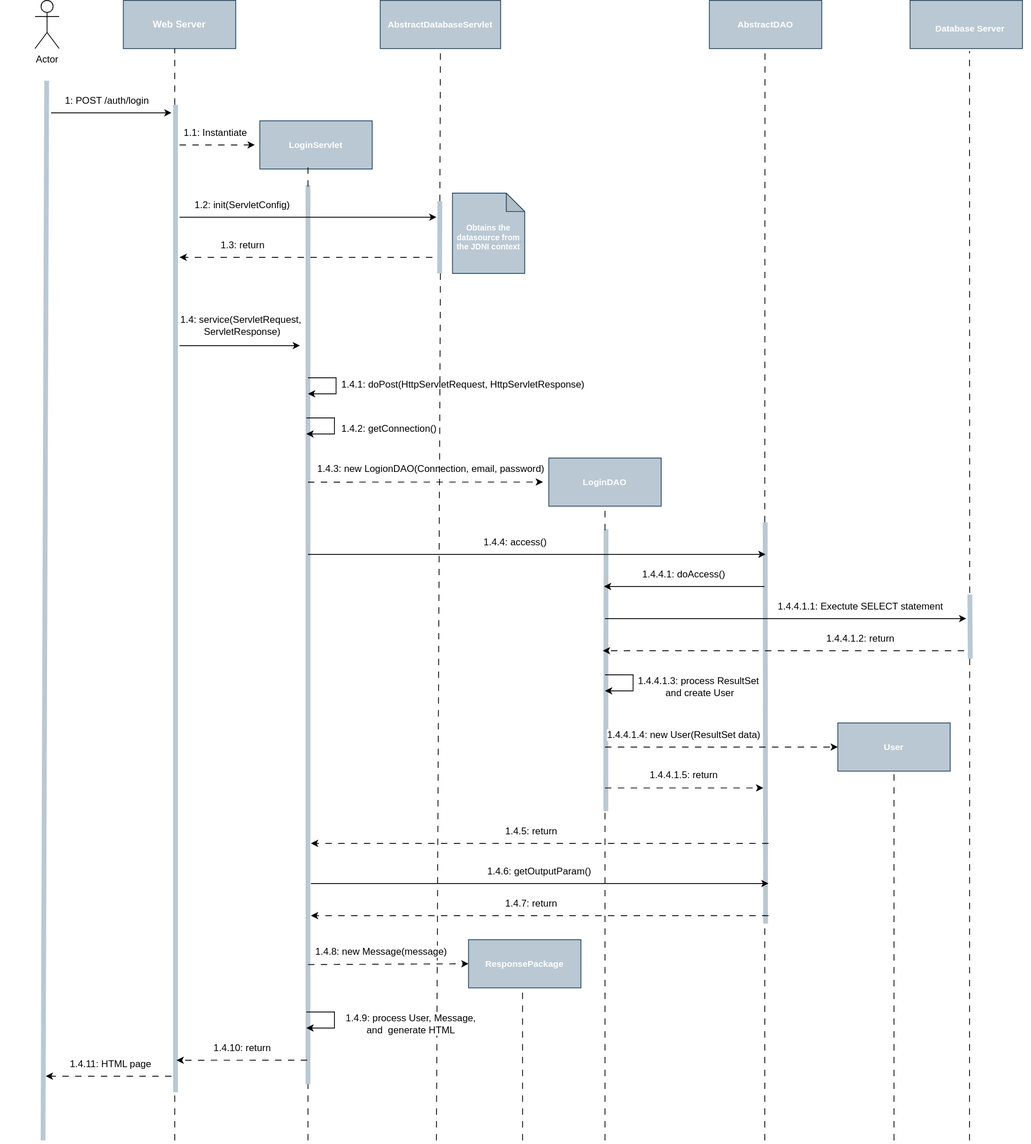
popovic01/AwesomeTournament keeps this draw.io diagram as docs/diagrams/sequence_diagram_login.svg. Above is the earlier version. Source tidied: cells renumbered, new cells last; positions are measured from the earlier drawing's top-left corner, leaving out a move shared by most shapes.
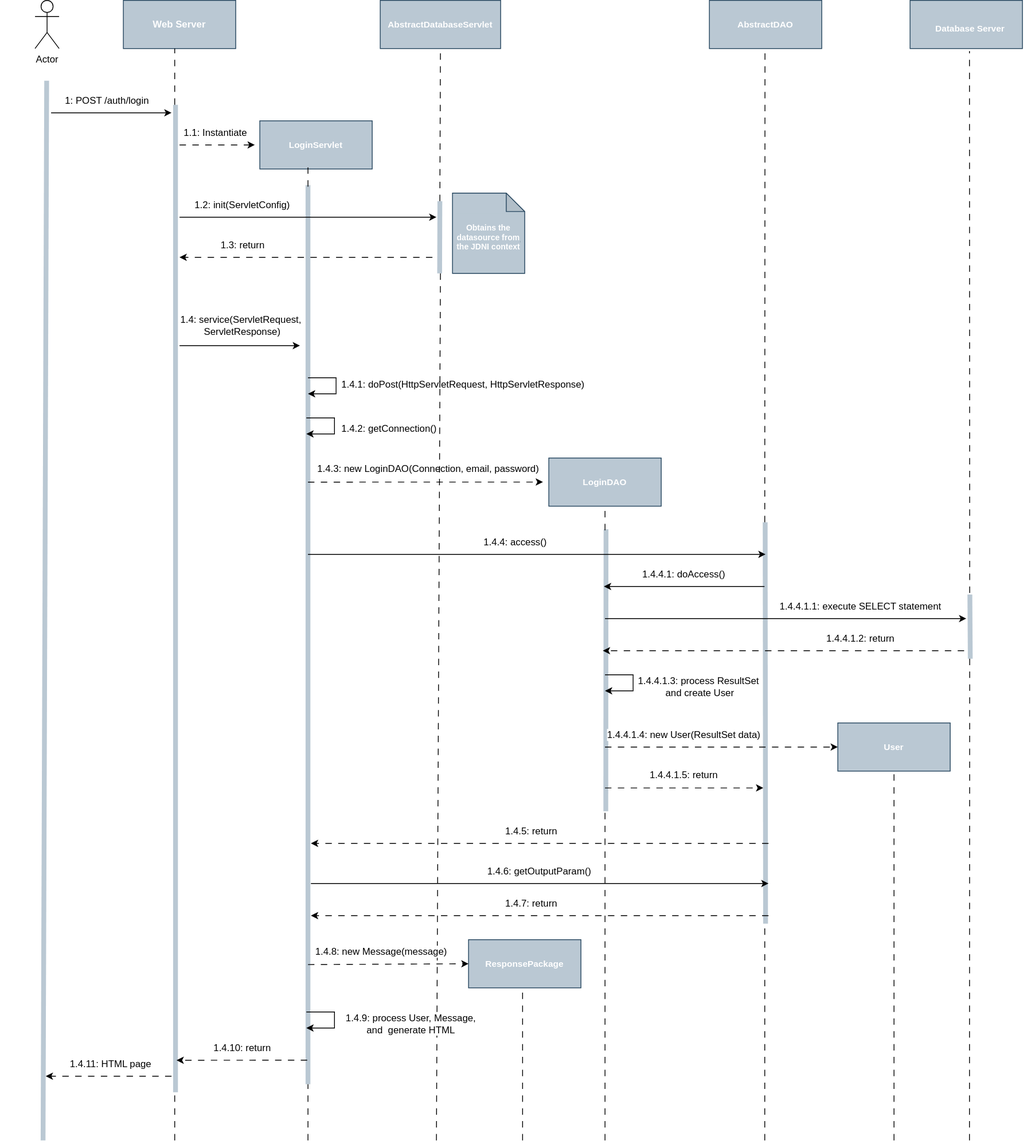
Above is the later version.

Commit message:
docs: add svg sequence diagram

What changed in the source:
```diff
@@ -193,7 +193,7 @@
     <mxCell id="49" value="LoginDAO" style="text;html=1;align=center;verticalAlign=middle;whiteSpace=wrap;rounded=0;fillColor=none;fontStyle=1;fontColor=#FFFFFF;fontSize=11;" parent="47" vertex="1">
       <mxGeometry x="21.9" y="15" width="76.2" height="30" as="geometry" />
     </mxCell>
-    <mxCell id="50" value="&lt;span style=&quot;font-family: Helvetica; font-style: normal; font-variant-ligatures: normal; font-variant-caps: normal; font-weight: 400; letter-spacing: normal; orphans: 2; text-align: center; text-indent: 0px; text-transform: none; widows: 2; word-spacing: 0px; -webkit-text-stroke-width: 0px; white-space: normal; text-decoration-thickness: initial; text-decoration-style: initial; text-decoration-color: initial; color: rgb(0, 0, 0); font-size: 12px;&quot;&gt;1.4.3: new LogionDAO(Connection,&amp;nbsp;&lt;/span&gt;&lt;span style=&quot;color: rgb(0, 0, 0); font-size: 12px; text-align: center;&quot;&gt;email, password)&lt;/span&gt;" style="text;whiteSpace=wrap;html=1;fontFamily=Helvetica;fontSize=11;fontColor=#FF99FF;labelBorderColor=none;labelBackgroundColor=default;" parent="47" vertex="1">
+    <mxCell id="50" value="&lt;span style=&quot;font-family: Helvetica; font-style: normal; font-variant-ligatures: normal; font-variant-caps: normal; font-weight: 400; letter-spacing: normal; orphans: 2; text-align: center; text-indent: 0px; text-transform: none; widows: 2; word-spacing: 0px; -webkit-text-stroke-width: 0px; white-space: normal; text-decoration-thickness: initial; text-decoration-style: initial; text-decoration-color: initial; color: rgb(0, 0, 0); font-size: 12px;&quot;&gt;1.4.3: new LoginDAO(Connection,&amp;nbsp;&lt;/span&gt;&lt;span style=&quot;color: rgb(0, 0, 0); font-size: 12px; text-align: center;&quot;&gt;email, password)&lt;/span&gt;" style="text;whiteSpace=wrap;html=1;fontFamily=Helvetica;fontSize=11;fontColor=#FF99FF;labelBorderColor=none;labelBackgroundColor=default;" parent="47" vertex="1">
       <mxGeometry x="-300" width="340" height="30" as="geometry" />
     </mxCell>
     <mxCell id="51" style="endArrow=none;html=1;rounded=0;strokeWidth=6;fillColor=#bac8d3;strokeColor=#BAC8D3;labelBorderColor=default;fontColor=#FF99FF;targetPerimeterSpacing=0;entryX=0.906;entryY=-0.038;entryDx=0;entryDy=0;entryPerimeter=0;" parent="1" edge="1" target="54">
@@ -231,7 +231,7 @@
         <mxPoint x="1208.5" y="740" as="targetPoint" />
       </mxGeometry>
     </mxCell>
-    <mxCell id="58" value="&lt;span style=&quot;color: rgb(0, 0, 0); font-size: 12px;&quot;&gt;1.4.4.1.1: Exectute SELECT statement&lt;/span&gt;" style="text;html=1;align=center;verticalAlign=middle;whiteSpace=wrap;rounded=0;fontFamily=Helvetica;fontSize=11;fontColor=#FF99FF;labelBorderColor=none;labelBackgroundColor=default;" parent="1" vertex="1">
+    <mxCell id="58" value="&lt;span style=&quot;color: rgb(0, 0, 0); font-size: 12px;&quot;&gt;1.4.4.1.1: execute SELECT statement&lt;/span&gt;" style="text;html=1;align=center;verticalAlign=middle;whiteSpace=wrap;rounded=0;fontFamily=Helvetica;fontSize=11;fontColor=#FF99FF;labelBorderColor=none;labelBackgroundColor=default;" parent="1" vertex="1">
       <mxGeometry x="934" y="740" width="277.3" height="30" as="geometry" />
     </mxCell>
     <mxCell id="59" value="&lt;span style=&quot;color: rgba(0, 0, 0, 0); font-family: monospace; font-size: 0px; text-align: start; background-color: rgb(251, 251, 251);&quot;&gt;%3CmxGraphModel%3E%3Croot%3E%3CmxCell%20id%3D%220%22%2F%3E%3CmxCell%20id%3D%221%22%20parent%3D%220%22%2F%3E%3CmxCell%20id%3D%222%22%20value%3D%22%22%20style%3D%22endArrow%3Dnone%3Bhtml%3D1%3Brounded%3D0%3BstrokeWidth%3D6%3BfillColor%3D%23bac8d3%3BstrokeColor%3D%23BAC8D3%3BlabelBorderColor%3Ddefault%3BfontColor%3D%23FF99FF%3BtargetPerimeterSpacing%3D0%3B%22%20edge%3D%221%22%20parent%3D%221%22%3E%3CmxGeometry%20width%3D%2250%22%20height%3D%2250%22%20relative%3D%221%22%20as%3D%22geometry%22%3E%3CmxPoint%20x%3D%22409.5%22%20y%3D%22840%22%20as%3D%22sourcePoint%22%2F%3E%3CmxPoint%20x%3D%22409.5%22%20y%3D%22220%22%20as%3D%22targetPoint%22%2F%3E%3C%2FmxGeometry%3E%3C%2FmxCell%3E%3C%2Froot%3E%3C%2FmxGraphModel%3E&lt;/span&gt;&lt;span style=&quot;color: rgba(0, 0, 0, 0); font-family: monospace; font-size: 0px; text-align: start; background-color: rgb(251, 251, 251);&quot;&gt;%3CmxGraphModel%3E%3Croot%3E%3CmxCell%20id%3D%220%22%2F%3E%3CmxCell%20id%3D%221%22%20parent%3D%220%22%2F%3E%3CmxCell%20id%3D%222%22%20value%3D%22%22%20style%3D%22endArrow%3Dnone%3Bhtml%3D1%3Brounded%3D0%3BstrokeWidth%3D6%3BfillColor%3D%23bac8d3%3BstrokeColor%3D%23BAC8D3%3BlabelBorderColor%3Ddefault%3BfontColor%3D%23FF99FF%3BtargetPerimeterSpacing%3D0%3B%22%20edge%3D%221%22%20parent%3D%221%22%3E%3CmxGeometry%20width%3D%2250%22%20height%3D%2250%22%20relative%3D%221%22%20as%3D%22geometry%22%3E%3CmxPoint%20x%3D%22409.5%22%20y%3D%22840%22%20as%3D%22sourcePoint%22%2F%3E%3CmxPoint%20x%3D%22409.5%22%20y%3D%22220%22%20as%3D%22targetPoint%22%2F%3E%3C%2FmxGeometry%3E%3C%2FmxCell%3E%3C%2Froot%3E%3C%2FmxGraphModel%3E&lt;/span&gt;" style="endArrow=classic;html=1;rounded=0;" parent="1" edge="1">
```
